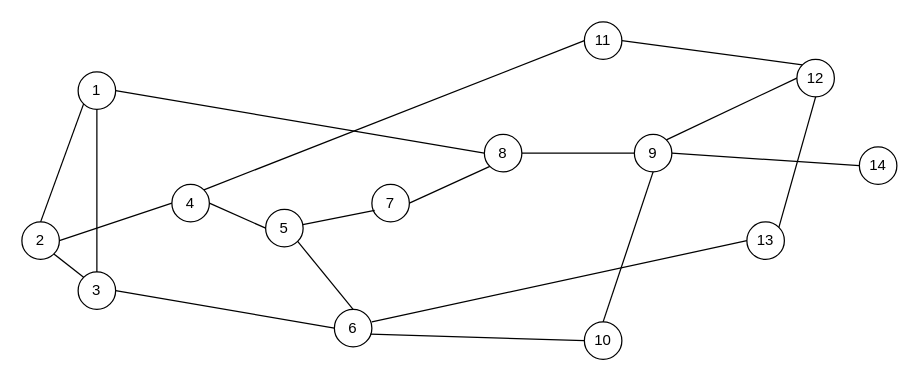
This is 未命名绘图.drawio from GaoXiaoLon/DrawIO, a draw.io file, before an edit. Source tidied: cells renumbered, new cells numbered last; positions are measured from the earlier drawing's top-left corner, leaving out a move shared by most shapes. Both pictures are drawn from the tidied source at 125%, with x=0, y=0 at pixel (21, 21).
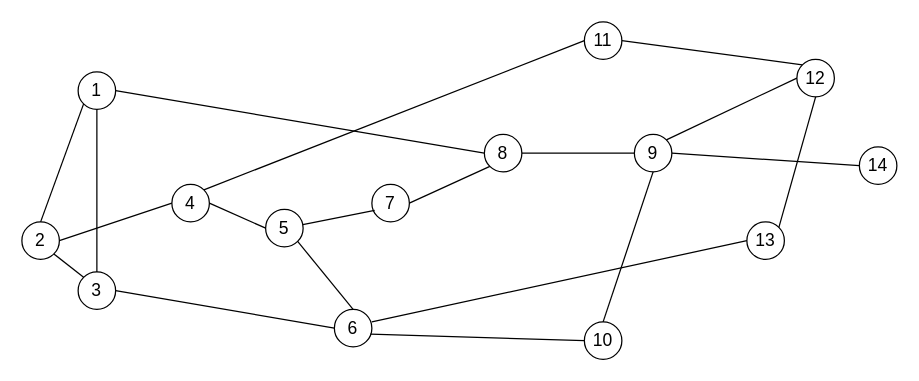
Above is the later version.

Commit message (it also covers changes not shown here):
更新未命名绘图.drawio

What changed in the source:
```diff
@@
-    <mxCell id="2" value="1" style="ellipse;whiteSpace=wrap;html=1;" parent="1" vertex="1">
+    <mxCell id="2" value="1" style="ellipse;whiteSpace=wrap;html=1;fontSize=14;" parent="1" vertex="1">
       <mxGeometry x="45" y="40" width="30" height="30" as="geometry" />
     </mxCell>
-    <mxCell id="3" value="3" style="ellipse;whiteSpace=wrap;html=1;" parent="1" vertex="1">
+    <mxCell id="3" value="3" style="ellipse;whiteSpace=wrap;html=1;fontSize=14;" parent="1" vertex="1">
       <mxGeometry x="45" y="200" width="30" height="30" as="geometry" />
     </mxCell>
-    <mxCell id="4" value="2" style="ellipse;whiteSpace=wrap;html=1;" parent="1" vertex="1">
+    <mxCell id="4" value="2" style="ellipse;whiteSpace=wrap;html=1;fontSize=14;" parent="1" vertex="1">
       <mxGeometry y="160" width="30" height="30" as="geometry" />
     </mxCell>
-    <mxCell id="5" value="5" style="ellipse;whiteSpace=wrap;html=1;" parent="1" vertex="1">
+    <mxCell id="5" value="5" style="ellipse;whiteSpace=wrap;html=1;fontSize=14;" parent="1" vertex="1">
       <mxGeometry x="195" y="150" width="30" height="30" as="geometry" />
     </mxCell>
-    <mxCell id="6" value="4" style="ellipse;whiteSpace=wrap;html=1;" parent="1" vertex="1">
+    <mxCell id="6" value="4" style="ellipse;whiteSpace=wrap;html=1;fontSize=14;" parent="1" vertex="1">
       <mxGeometry x="120" y="130" width="30" height="30" as="geometry" />
     </mxCell>
-    <mxCell id="7" value="7" style="ellipse;whiteSpace=wrap;html=1;rotation=0;" parent="1" vertex="1">
+    <mxCell id="7" value="7" style="ellipse;whiteSpace=wrap;html=1;rotation=0;fontSize=14;" parent="1" vertex="1">
       <mxGeometry x="280" y="130" width="30" height="30" as="geometry" />
     </mxCell>
-    <mxCell id="8" value="6" style="ellipse;whiteSpace=wrap;html=1;" parent="1" vertex="1">
+    <mxCell id="8" value="6" style="ellipse;whiteSpace=wrap;html=1;fontSize=14;" parent="1" vertex="1">
       <mxGeometry x="250" y="230" width="30" height="30" as="geometry" />
     </mxCell>
-    <mxCell id="9" value="8" style="ellipse;whiteSpace=wrap;html=1;" parent="1" vertex="1">
+    <mxCell id="9" value="8" style="ellipse;whiteSpace=wrap;html=1;fontSize=14;" parent="1" vertex="1">
       <mxGeometry x="370" y="90" width="30" height="30" as="geometry" />
     </mxCell>
-    <mxCell id="10" value="9" style="ellipse;whiteSpace=wrap;html=1;" parent="1" vertex="1">
+    <mxCell id="10" value="9" style="ellipse;whiteSpace=wrap;html=1;fontSize=14;" parent="1" vertex="1">
       <mxGeometry x="490" y="90" width="30" height="30" as="geometry" />
     </mxCell>
-    <mxCell id="11" value="10" style="ellipse;whiteSpace=wrap;html=1;" parent="1" vertex="1">
+    <mxCell id="11" value="10" style="ellipse;whiteSpace=wrap;html=1;fontSize=14;" parent="1" vertex="1">
       <mxGeometry x="450" y="240" width="30" height="30" as="geometry" />
     </mxCell>
-    <mxCell id="12" value="11" style="ellipse;whiteSpace=wrap;html=1;" parent="1" vertex="1">
+    <mxCell id="12" value="11" style="ellipse;whiteSpace=wrap;html=1;fontSize=14;" parent="1" vertex="1">
       <mxGeometry x="450" width="30" height="30" as="geometry" />
     </mxCell>
-    <mxCell id="13" value="12" style="ellipse;whiteSpace=wrap;html=1;" parent="1" vertex="1">
+    <mxCell id="13" value="12" style="ellipse;whiteSpace=wrap;html=1;fontSize=14;" parent="1" vertex="1">
       <mxGeometry x="620" y="30" width="30" height="30" as="geometry" />
     </mxCell>
-    <mxCell id="14" value="13" style="ellipse;whiteSpace=wrap;html=1;" parent="1" vertex="1">
+    <mxCell id="14" value="13" style="ellipse;whiteSpace=wrap;html=1;fontSize=14;" parent="1" vertex="1">
       <mxGeometry x="580" y="160" width="30" height="30" as="geometry" />
     </mxCell>
-    <mxCell id="15" value="14" style="ellipse;whiteSpace=wrap;html=1;" parent="1" vertex="1">
+    <mxCell id="15" value="14" style="ellipse;whiteSpace=wrap;html=1;fontSize=14;" parent="1" vertex="1">
       <mxGeometry x="670" y="100" width="30" height="30" as="geometry" />
     </mxCell>
```
